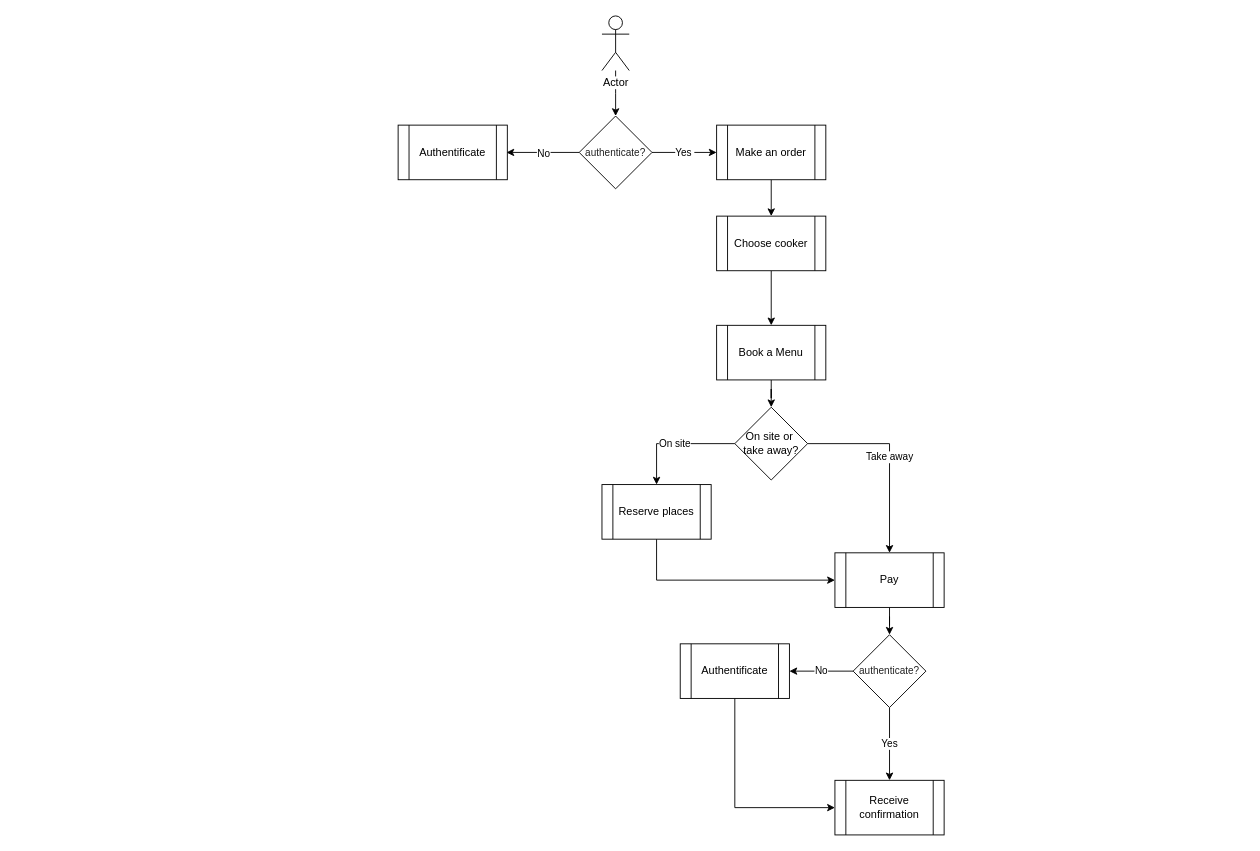
The draw.io diagram IChef.drawio in ekooo/essai, before the edit. Source tidied: cells renumbered, new cells numbered last; positions are measured from the earlier drawing's top-left corner, leaving out a move shared by most shapes. Both pictures are drawn from the tidied source at 91%, with x=0, y=0 at pixel (398, 15).
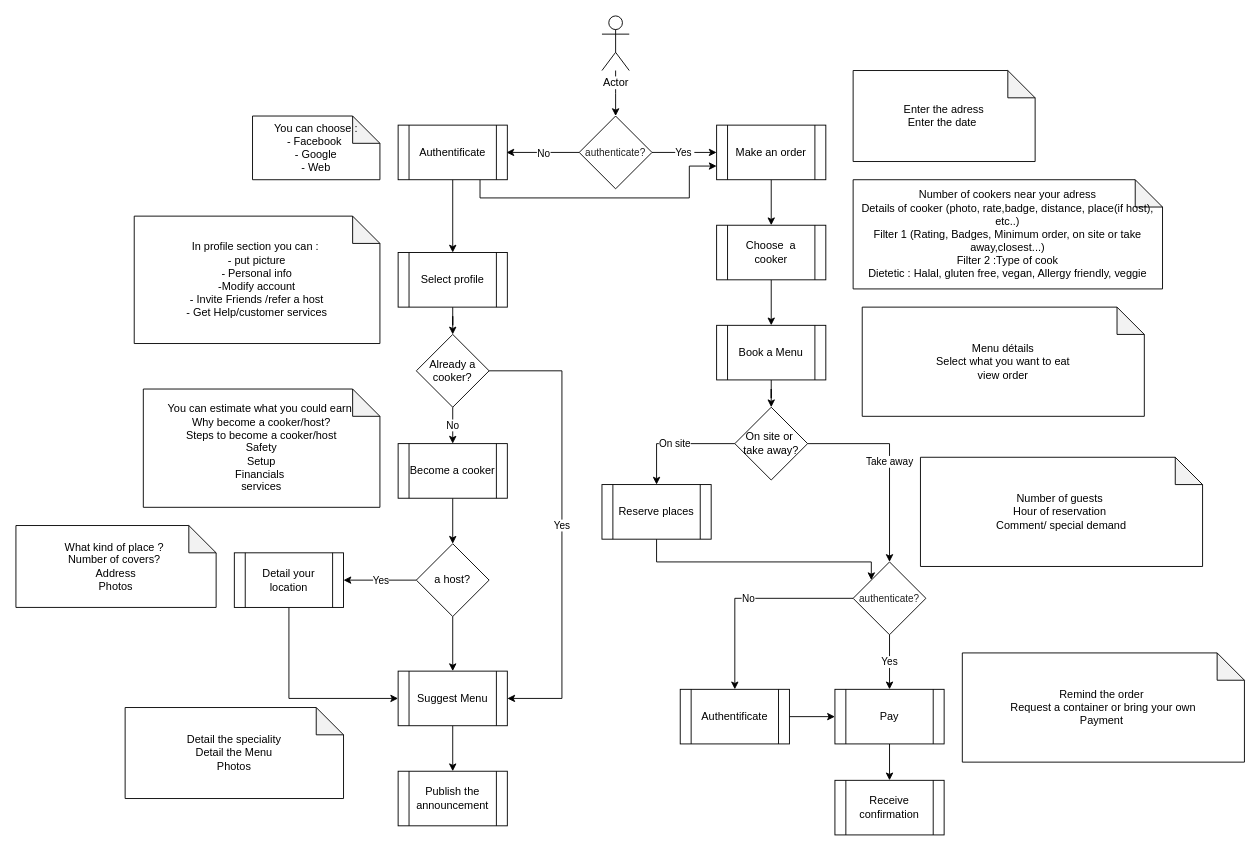
The same diagram, later.

Unchanged cells that the change refers to:
```xml
<mxCell id="8" value="Make an order" style="shape=process;whiteSpace=wrap;html=1;backgroundOutline=1;" parent="1" vertex="1">
  <mxGeometry x="350" y="120" width="120" height="60" as="geometry" />
</mxCell>
<mxCell id="9" value="Authentificate" style="shape=process;whiteSpace=wrap;html=1;backgroundOutline=1;" parent="1" vertex="1">
  <mxGeometry y="120" width="120" height="60" as="geometry" />
</mxCell>
<mxCell id="15" value="Reserve places" style="shape=process;whiteSpace=wrap;html=1;backgroundOutline=1;" parent="1" vertex="1">
  <mxGeometry x="224" y="515" width="120" height="60" as="geometry" />
</mxCell>
<mxCell id="18" value="On site or&amp;nbsp;&lt;br&gt;take away?" style="rhombus;whiteSpace=wrap;html=1;" parent="1" vertex="1">
  <mxGeometry x="370" y="430" width="80" height="80" as="geometry" />
</mxCell>
<mxCell id="21" value="Receive confirmation" style="shape=process;whiteSpace=wrap;html=1;backgroundOutline=1;" parent="1" vertex="1">
  <mxGeometry x="480" y="840" width="120" height="60" as="geometry" />
</mxCell>
```

Change to the diagram source:
```diff
@@
+    <mxCell id="27" style="edgeStyle=orthogonalEdgeStyle;rounded=0;jettySize=auto;html=1;entryX=0;entryY=0.75;entryDx=0;entryDy=0;exitX=0.75;exitY=1;exitDx=0;exitDy=0;" parent="1" edge="1" source="9" target="8">
+      <mxGeometry relative="1" as="geometry">
+        <Array as="points">
+          <mxPoint x="90" y="200" />
+          <mxPoint x="320" y="200" />
+          <mxPoint x="320" y="165" />
+        </Array>
+      </mxGeometry>
+    </mxCell>
+    <mxCell id="28" style="edgeStyle=orthogonalEdgeStyle;rounded=0;jettySize=auto;html=1;" parent="1" edge="1" source="9" target="30">
+      <mxGeometry relative="1" as="geometry" />
+    </mxCell>
@@
+    <mxCell id="29" style="edgeStyle=orthogonalEdgeStyle;rounded=0;jettySize=auto;html=1;exitX=0.5;exitY=1;exitDx=0;exitDy=0;" parent="1" edge="1" source="30" target="46">
+      <mxGeometry relative="1" as="geometry" />
+    </mxCell>
+    <mxCell id="30" value="Select profile" style="shape=process;whiteSpace=wrap;html=1;backgroundOutline=1;" parent="1" vertex="1">
+      <mxGeometry y="260" width="120" height="60" as="geometry" />
+    </mxCell>
+    <mxCell id="31" style="edgeStyle=orthogonalEdgeStyle;rounded=0;jettySize=auto;html=1;exitX=0.5;exitY=1;exitDx=0;exitDy=0;" parent="1" edge="1" source="32" target="40">
+      <mxGeometry relative="1" as="geometry" />
+    </mxCell>
+    <mxCell id="32" value="Become a cooker" style="shape=process;whiteSpace=wrap;html=1;backgroundOutline=1;" parent="1" vertex="1">
+      <mxGeometry y="470" width="120" height="60" as="geometry" />
+    </mxCell>
+    <mxCell id="33" style="edgeStyle=orthogonalEdgeStyle;rounded=0;jettySize=auto;html=1;exitX=0.5;exitY=1;exitDx=0;exitDy=0;entryX=0.5;entryY=0;entryDx=0;entryDy=0;" parent="1" edge="1" source="34" target="43">
+      <mxGeometry relative="1" as="geometry" />
+    </mxCell>
+    <mxCell id="34" value="Suggest Menu" style="shape=process;whiteSpace=wrap;html=1;backgroundOutline=1;" parent="1" vertex="1">
+      <mxGeometry y="720" width="120" height="60" as="geometry" />
+    </mxCell>
@@
-    <mxCell id="11" value="Choose cooker" style="shape=process;whiteSpace=wrap;html=1;backgroundOutline=1;" parent="1" vertex="1">
-      <mxGeometry x="350" y="220" width="120" height="60" as="geometry" />
+    <mxCell id="11" value="Choose&amp;nbsp; a cooker" style="shape=process;whiteSpace=wrap;html=1;backgroundOutline=1;" parent="1" vertex="1">
+      <mxGeometry x="350" y="230" width="120" height="60" as="geometry" />
     </mxCell>
@@
-    <mxCell id="14" style="edgeStyle=orthogonalEdgeStyle;rounded=0;jettySize=auto;html=1;entryX=0;entryY=0.5;entryDx=0;entryDy=0;exitX=0.5;exitY=1;exitDx=0;exitDy=0;" parent="1" edge="1" source="15" target="20">
-      <mxGeometry relative="1" as="geometry" />
-    </mxCell>
+    <mxCell id="35" style="edgeStyle=orthogonalEdgeStyle;rounded=0;jettySize=auto;html=1;exitX=0.5;exitY=1;exitDx=0;exitDy=0;entryX=0;entryY=0;entryDx=0;entryDy=0;" parent="1" edge="1" source="15" target="24">
+      <mxGeometry relative="1" as="geometry">
+        <Array as="points">
+          <mxPoint x="284" y="600" />
+          <mxPoint x="520" y="600" />
+        </Array>
+      </mxGeometry>
+    </mxCell>
@@
-    <mxCell id="17" value="Take away" style="edgeStyle=orthogonalEdgeStyle;rounded=0;jettySize=auto;html=1;" parent="1" edge="1" source="18" target="20">
+    <mxCell id="17" value="Take away" style="edgeStyle=orthogonalEdgeStyle;rounded=0;jettySize=auto;html=1;exitX=1;exitY=0.5;exitDx=0;exitDy=0;entryX=0.5;entryY=0;entryDx=0;entryDy=0;" parent="1" edge="1" source="18" target="24">
       <mxGeometry relative="1" as="geometry" />
     </mxCell>
@@
-    <mxCell id="19" style="edgeStyle=orthogonalEdgeStyle;rounded=0;jettySize=auto;html=1;" parent="1" edge="1" source="20" target="24">
-      <mxGeometry relative="1" as="geometry" />
-    </mxCell>
+    <mxCell id="36" style="edgeStyle=orthogonalEdgeStyle;rounded=0;jettySize=auto;html=1;exitX=0.5;exitY=1;exitDx=0;exitDy=0;entryX=0.5;entryY=0;entryDx=0;entryDy=0;" parent="1" edge="1" source="20" target="21">
+      <mxGeometry relative="1" as="geometry" />
+    </mxCell>
     <mxCell id="20" value="Pay" style="shape=process;whiteSpace=wrap;html=1;backgroundOutline=1;" parent="1" vertex="1">
-      <mxGeometry x="480" y="590" width="120" height="60" as="geometry" />
+      <mxGeometry x="480" y="740" width="120" height="60" as="geometry" />
     </mxCell>
@@
+    <mxCell id="23" value="No" style="edgeStyle=orthogonalEdgeStyle;rounded=0;jettySize=auto;html=1;" parent="1" edge="1" source="24" target="26">
+      <mxGeometry relative="1" as="geometry" />
+    </mxCell>
+    <mxCell id="37" value="Yes" style="edgeStyle=orthogonalEdgeStyle;rounded=0;jettySize=auto;html=1;exitX=0.5;exitY=1;exitDx=0;exitDy=0;entryX=0.5;entryY=0;entryDx=0;entryDy=0;" parent="1" edge="1" source="24" target="20">
+      <mxGeometry relative="1" as="geometry" />
+    </mxCell>
+    <mxCell id="24" value="&lt;span style=&quot;color: rgb(34 , 34 , 34) ; font-family: &amp;#34;arial&amp;#34; , sans-serif ; text-align: left ; white-space: pre-wrap ; font-size: 11px&quot;&gt;authenticate?&lt;/span&gt;" style="rhombus;whiteSpace=wrap;html=1;" parent="1" vertex="1">
+      <mxGeometry x="500" y="600" width="80" height="80" as="geometry" />
+    </mxCell>
+    <mxCell id="38" style="edgeStyle=orthogonalEdgeStyle;rounded=0;jettySize=auto;html=1;exitX=1;exitY=0.5;exitDx=0;exitDy=0;" parent="1" edge="1" source="26" target="20">
+      <mxGeometry relative="1" as="geometry" />
+    </mxCell>
+    <mxCell id="26" value="Authentificate" style="shape=process;whiteSpace=wrap;html=1;backgroundOutline=1;" parent="1" vertex="1">
+      <mxGeometry x="310" y="740" width="120" height="60" as="geometry" />
+    </mxCell>
-    <mxCell id="22" value="Yes" style="edgeStyle=orthogonalEdgeStyle;rounded=0;jettySize=auto;html=1;" parent="1" edge="1" source="24" target="21">
-      <mxGeometry relative="1" as="geometry" />
+    <mxCell id="22" value="Yes" style="edgeStyle=orthogonalEdgeStyle;rounded=0;jettySize=auto;html=1;" parent="1" edge="1" source="40">
+      <mxGeometry relative="1" as="geometry">
+        <mxPoint x="-60" y="620" as="targetPoint" />
+      </mxGeometry>
     </mxCell>
-    <mxCell id="23" value="No" style="edgeStyle=orthogonalEdgeStyle;rounded=0;jettySize=auto;html=1;" parent="1" edge="1" source="24" target="26">
-      <mxGeometry relative="1" as="geometry" />
-    </mxCell>
-    <mxCell id="24" value="&lt;span style=&quot;color: rgb(34 , 34 , 34) ; font-family: &amp;#34;arial&amp;#34; , sans-serif ; text-align: left ; white-space: pre-wrap ; font-size: 11px&quot;&gt;authenticate?&lt;/span&gt;" style="rhombus;whiteSpace=wrap;html=1;" parent="1" vertex="1">
-      <mxGeometry x="500" y="680" width="80" height="80" as="geometry" />
-    </mxCell>
-    <mxCell id="25" style="edgeStyle=orthogonalEdgeStyle;rounded=0;jettySize=auto;html=1;entryX=0;entryY=0.5;entryDx=0;entryDy=0;exitX=0.5;exitY=1;exitDx=0;exitDy=0;" parent="1" edge="1" source="26" target="21">
-      <mxGeometry relative="1" as="geometry" />
-    </mxCell>
-    <mxCell id="26" value="Authentificate" style="shape=process;whiteSpace=wrap;html=1;backgroundOutline=1;" parent="1" vertex="1">
-      <mxGeometry x="310" y="690" width="120" height="60" as="geometry" />
-    </mxCell>
+    <mxCell id="39" style="edgeStyle=orthogonalEdgeStyle;rounded=0;jettySize=auto;html=1;exitX=0.5;exitY=1;exitDx=0;exitDy=0;" parent="1" edge="1" source="40" target="34">
+      <mxGeometry relative="1" as="geometry" />
+    </mxCell>
+    <mxCell id="40" value="a host?" style="rhombus;whiteSpace=wrap;html=1;" parent="1" vertex="1">
+      <mxGeometry x="20" y="580" width="80" height="80" as="geometry" />
+    </mxCell>
+    <mxCell id="41" style="edgeStyle=orthogonalEdgeStyle;rounded=0;jettySize=auto;html=1;exitX=0.5;exitY=1;exitDx=0;exitDy=0;entryX=0;entryY=0.5;entryDx=0;entryDy=0;" parent="1" edge="1" source="42" target="34">
+      <mxGeometry relative="1" as="geometry" />
+    </mxCell>
+    <mxCell id="42" value="Detail your location" style="shape=process;whiteSpace=wrap;html=1;backgroundOutline=1;" parent="1" vertex="1">
+      <mxGeometry x="-180" y="590" width="120" height="60" as="geometry" />
+    </mxCell>
+    <mxCell id="43" value="Publish the announcement" style="shape=process;whiteSpace=wrap;html=1;backgroundOutline=1;" parent="1" vertex="1">
+      <mxGeometry y="830" width="120" height="60" as="geometry" />
+    </mxCell>
+    <mxCell id="44" value="No" style="edgeStyle=orthogonalEdgeStyle;rounded=0;jettySize=auto;html=1;exitX=0.5;exitY=1;exitDx=0;exitDy=0;entryX=0.5;entryY=0;entryDx=0;entryDy=0;" parent="1" edge="1" source="46" target="32">
+      <mxGeometry relative="1" as="geometry" />
+    </mxCell>
+    <mxCell id="45" value="Yes" style="edgeStyle=orthogonalEdgeStyle;rounded=0;jettySize=auto;html=1;exitX=1;exitY=0.5;exitDx=0;exitDy=0;entryX=1;entryY=0.5;entryDx=0;entryDy=0;" parent="1" edge="1" source="46" target="34">
+      <mxGeometry relative="1" as="geometry">
+        <Array as="points">
+          <mxPoint x="180" y="390" />
+          <mxPoint x="180" y="750" />
+        </Array>
+      </mxGeometry>
+    </mxCell>
+    <mxCell id="46" value="Already a cooker?" style="rhombus;whiteSpace=wrap;html=1;" parent="1" vertex="1">
+      <mxGeometry x="20" y="350" width="80" height="80" as="geometry" />
+    </mxCell>
+    <mxCell id="47" value="In profile section you can :&amp;nbsp;&lt;br&gt;- put picture&lt;br&gt;- Personal info&lt;br&gt;-Modify account&lt;br&gt;- Invite Friends /refer a host&lt;br&gt;- Get Help/customer services" style="shape=note;whiteSpace=wrap;html=1;backgroundOutline=1;darkOpacity=0.05;" parent="1" vertex="1">
+      <mxGeometry x="-290" y="220" width="270" height="140" as="geometry" />
+    </mxCell>
+    <mxCell id="48" value="Number of cookers near your adress&lt;br&gt;Details of cooker (photo, rate,badge, distance, place(if host), etc..)&lt;br&gt;Filter 1 (Rating, Badges, Minimum order, on site or take away,closest...)&lt;br&gt;Filter 2 :Type of cook&lt;br&gt;Dietetic : Halal, gluten free, vegan, Allergy friendly, veggie" style="shape=note;whiteSpace=wrap;html=1;backgroundOutline=1;darkOpacity=0.05;" parent="1" vertex="1">
+      <mxGeometry x="500" y="180" width="340" height="120" as="geometry" />
+    </mxCell>
+    <mxCell id="49" value="You can choose :&lt;br&gt;- Facebook&amp;nbsp;&lt;br&gt;- Google&lt;br&gt;&lt;div&gt;&lt;span&gt;- Web&lt;/span&gt;&lt;/div&gt;" style="shape=note;whiteSpace=wrap;html=1;backgroundOutline=1;darkOpacity=0.05;align=center;" parent="1" vertex="1">
+      <mxGeometry x="-160" y="110" width="140" height="70" as="geometry" />
+    </mxCell>
+    <mxCell id="50" value="You can estimate what you could earn&amp;nbsp;&lt;br&gt;Why become a cooker/host?&lt;br&gt;Steps to become a cooker/host&lt;br&gt;Safety&lt;br&gt;Setup&lt;br&gt;Financials&amp;nbsp;&lt;br&gt;services&lt;br&gt;" style="shape=note;whiteSpace=wrap;html=1;backgroundOutline=1;darkOpacity=0.05;" parent="1" vertex="1">
+      <mxGeometry x="-280" y="410" width="260" height="130" as="geometry" />
+    </mxCell>
+    <mxCell id="51" value="What kind of place ?&amp;nbsp;&lt;br&gt;Number of covers?&amp;nbsp;&lt;br&gt;Address&lt;br&gt;Photos" style="shape=note;whiteSpace=wrap;html=1;backgroundOutline=1;darkOpacity=0.05;" parent="1" vertex="1">
+      <mxGeometry x="-420" y="560" width="220" height="90" as="geometry" />
+    </mxCell>
+    <mxCell id="52" value="&lt;pre class=&quot;tw-data-text tw-text-large tw-ta&quot; id=&quot;tw-target-text&quot; dir=&quot;ltr&quot; style=&quot;font-size: 28px ; line-height: 36px ; border: none ; padding: 2px 0.14em 2px 0px ; position: relative ; margin-top: -2px ; margin-bottom: -2px ; resize: none ; font-family: inherit ; overflow: hidden ; text-align: left ; width: 283px ; white-space: pre-wrap ; overflow-wrap: break-word ; color: rgb(34 , 34 , 34)&quot;&gt;&lt;/pre&gt;Detail the speciality&lt;br&gt;Detail the Menu&lt;br&gt;Photos" style="shape=note;whiteSpace=wrap;html=1;backgroundOutline=1;darkOpacity=0.05;" parent="1" vertex="1">
+      <mxGeometry x="-300" y="760" width="240" height="100" as="geometry" />
+    </mxCell>
+    <mxCell id="53" value="Menu détails&lt;br&gt;Select what you want to eat&lt;br&gt;view order" style="shape=note;whiteSpace=wrap;html=1;backgroundOutline=1;darkOpacity=0.05;" parent="1" vertex="1">
+      <mxGeometry x="510" y="320" width="310" height="120" as="geometry" />
+    </mxCell>
+    <mxCell id="54" value="Number of guests&amp;nbsp;&lt;br&gt;Hour of reservation&amp;nbsp;&lt;br&gt;Comment/ special demand" style="shape=note;whiteSpace=wrap;html=1;backgroundOutline=1;darkOpacity=0.05;" parent="1" vertex="1">
+      <mxGeometry x="574" y="485" width="310" height="120" as="geometry" />
+    </mxCell>
+    <mxCell id="55" value="Remind the order&amp;nbsp;&lt;br&gt;Request a container or bring your own&lt;br&gt;Payment&amp;nbsp;" style="shape=note;whiteSpace=wrap;html=1;backgroundOutline=1;darkOpacity=0.05;" parent="1" vertex="1">
+      <mxGeometry x="620" y="700" width="310" height="120" as="geometry" />
+    </mxCell>
+    <mxCell id="56" value="Enter the adress&lt;br&gt;Enter the date&amp;nbsp;" style="shape=note;whiteSpace=wrap;html=1;backgroundOutline=1;darkOpacity=0.05;" parent="1" vertex="1">
+      <mxGeometry x="500" y="60" width="200" height="100" as="geometry" />
+    </mxCell>
```
